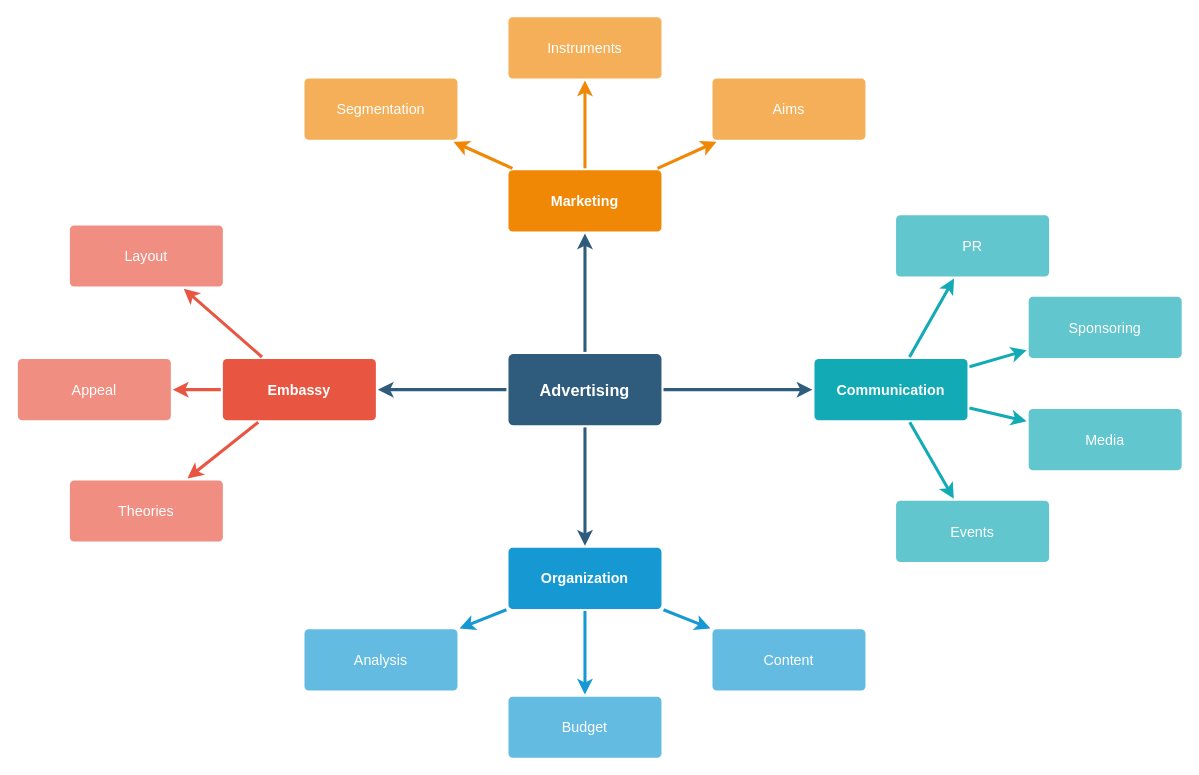
RaneyDazed/BUS-225-Mind-Map keeps this draw.io diagram as draw/Attempt.2.drawio. Above is the earlier version. Source tidied: cells renumbered, new cells numbered last; positions are measured from the earlier drawing's top-left corner, leaving out a move shared by most shapes. Both pictures are drawn from the tidied source at 102%, with x=0, y=0 at pixel (17, 16).
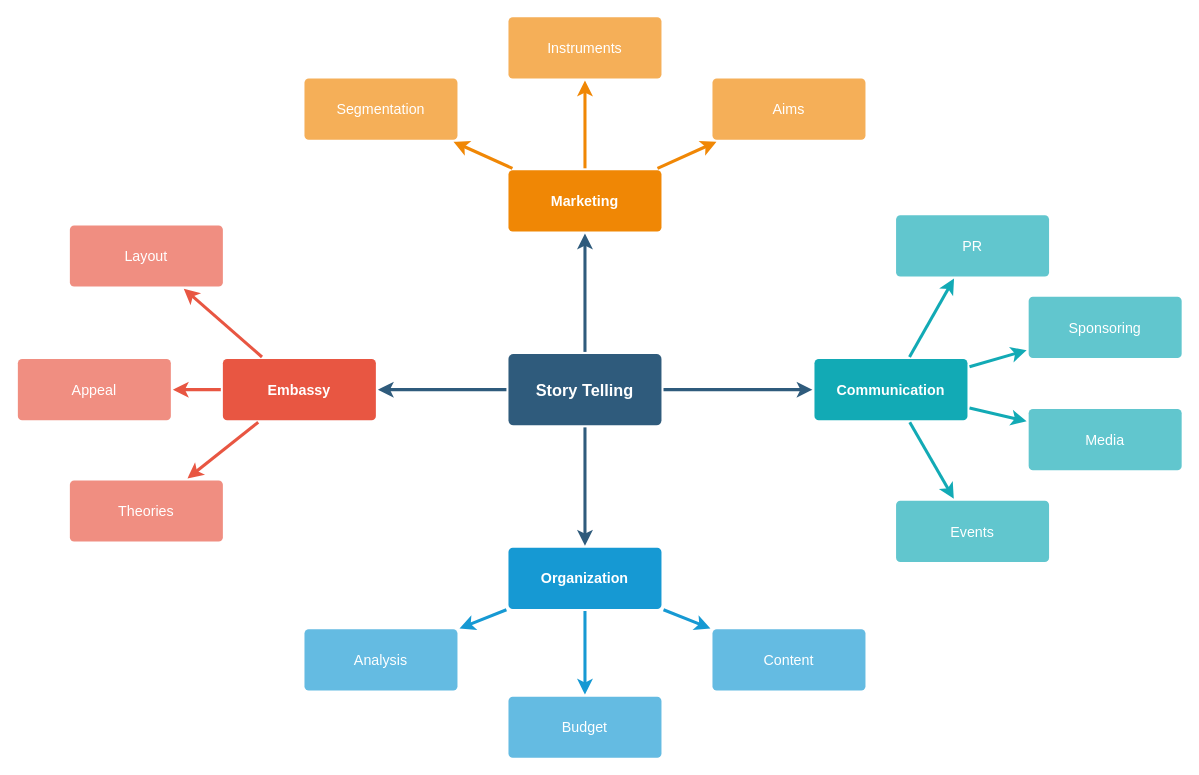
The same diagram, later.

Change to the diagram source:
```diff
@@
-    <mxCell id="6" value="Advertising" style="rounded=1;whiteSpace=wrap;html=1;shadow=0;labelBackgroundColor=none;strokeColor=none;strokeWidth=3;fillColor=#2F5B7C;fontFamily=Helvetica;fontSize=16;fontColor=#FFFFFF;align=center;fontStyle=1;spacing=5;arcSize=7;perimeterSpacing=2;" parent="1" vertex="1">
+    <mxCell id="6" value="Story Telling" style="rounded=1;whiteSpace=wrap;html=1;shadow=0;labelBackgroundColor=none;strokeColor=none;strokeWidth=3;fillColor=#2F5B7C;fontFamily=Helvetica;fontSize=16;fontColor=#FFFFFF;align=center;fontStyle=1;spacing=5;arcSize=7;perimeterSpacing=2;" parent="1" vertex="1">
       <mxGeometry x="481" y="330.5" width="150" height="70" as="geometry" />
     </mxCell>
```
